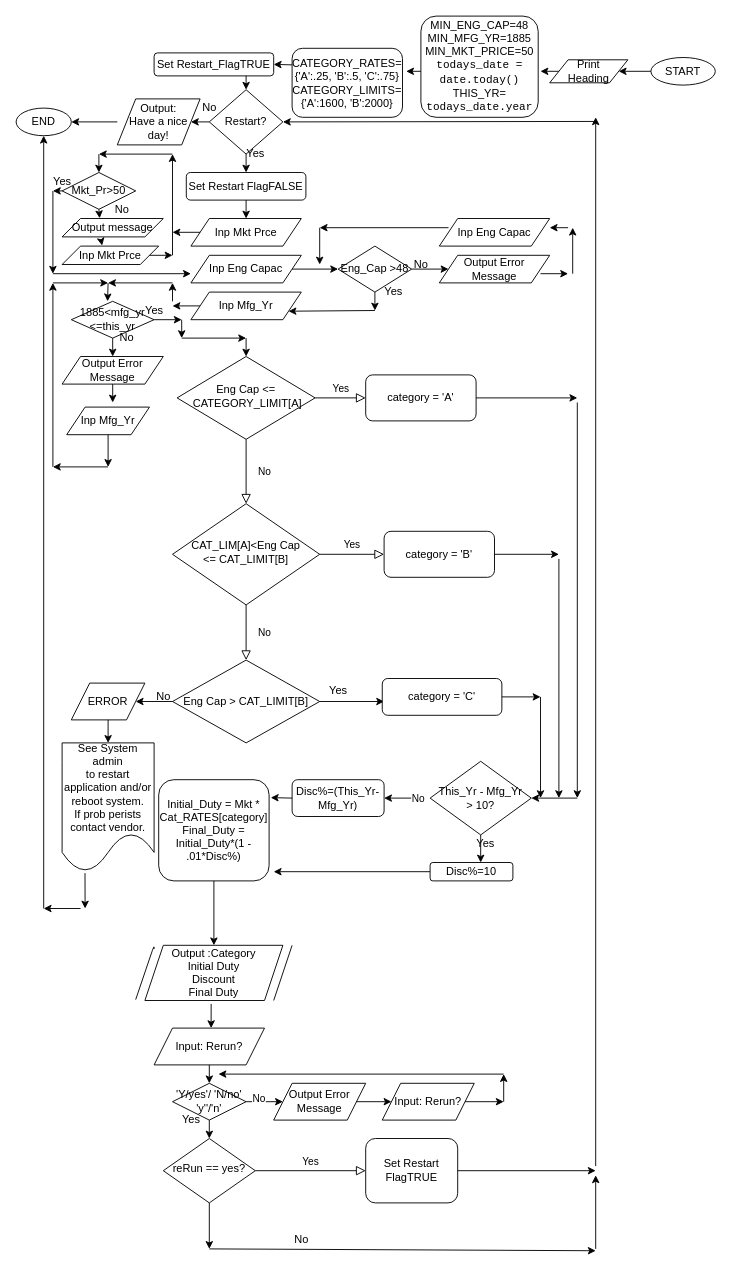
The draw.io diagram Untitled Diagram.drawio in john-itcsolutions/Elastos, before the edit. Source tidied: cells renumbered, new cells numbered last; positions are measured from the earlier drawing's top-left corner, leaving out a move shared by most shapes. Both pictures are drawn from the tidied source at 92%, with x=0, y=0 at pixel (16, 16).
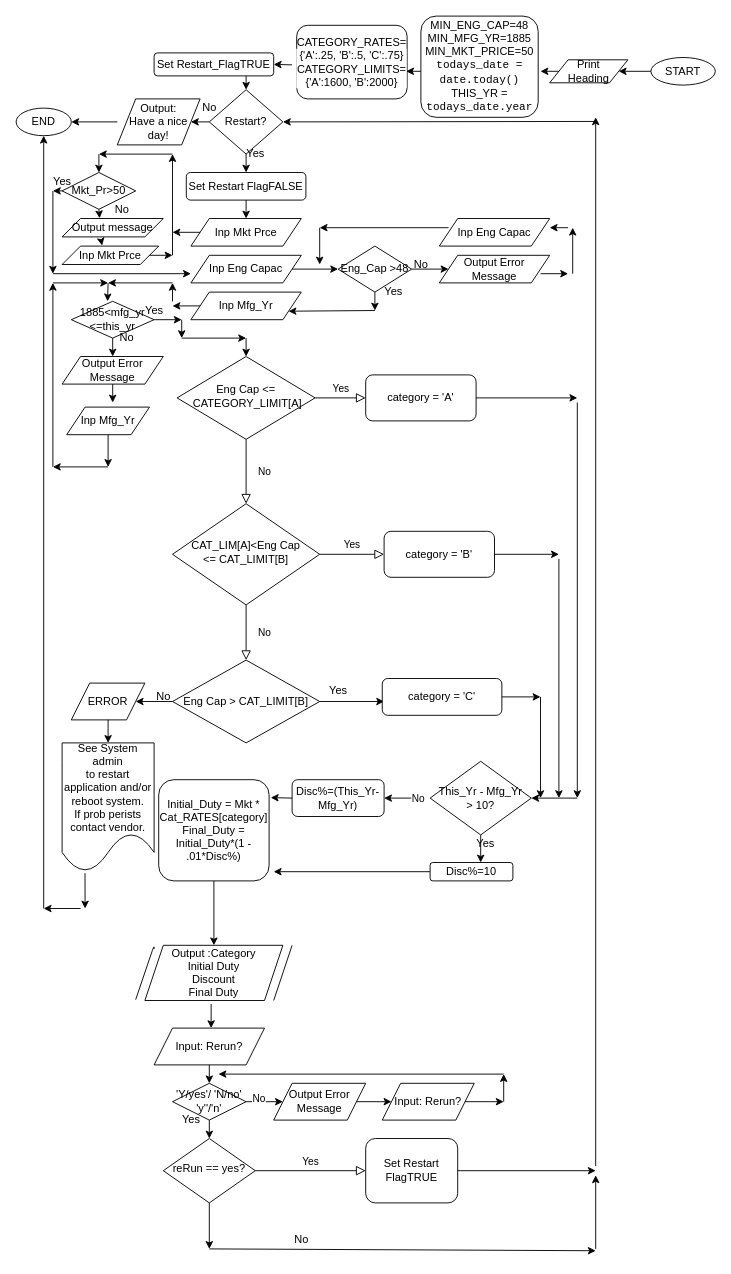
After the change.

The edit, as a diff of the source:
```diff
@@
-    <mxCell id="134" value="&lt;div&gt;CATEGORY_RATES=&lt;/div&gt;&lt;div&gt;{'A':.25, 'B':.5, 'C':.75}&lt;br&gt;&lt;/div&gt;&lt;div&gt;CATEGORY_LIMITS=&lt;/div&gt;&lt;div&gt;{'A':1600, 'B':2000}&lt;br&gt;&lt;/div&gt;" style="rounded=1;whiteSpace=wrap;html=1;" parent="1" vertex="1">
-      <mxGeometry x="300" y="35" width="120" height="75" as="geometry" />
+    <mxCell id="134" value="&lt;span style=&quot;font-size: 9.000000pt ; font-family: &amp;#34;arialmt&amp;#34;&quot;&gt;CATEGORY_RATES=&lt;/span&gt;&lt;br&gt;&lt;div class=&quot;page&quot; title=&quot;Page 1&quot;&gt;&lt;div class=&quot;section&quot; style=&quot;background-color: rgb(100.000000% , 100.000000% , 100.000000%)&quot;&gt;&lt;div class=&quot;layoutArea&quot;&gt;&lt;div class=&quot;column&quot;&gt;&lt;span style=&quot;font-size: 9.000000pt ; font-family: &amp;#34;arialmt&amp;#34;&quot;&gt;&lt;/span&gt;&lt;span style=&quot;font-size: 9.000000pt ; font-family: &amp;#34;arialmt&amp;#34;&quot;&gt;{'A':.25, 'B':.5, 'C':.75}&lt;/span&gt;&lt;/div&gt;&lt;div class=&quot;column&quot;&gt;&lt;span style=&quot;font-size: 9.000000pt ; font-family: &amp;#34;arialmt&amp;#34;&quot;&gt;&lt;/span&gt;CATEGORY_LIMITS={'A':1600, 'B':2000}&lt;br&gt;&lt;/div&gt;&lt;/div&gt;&lt;/div&gt;&lt;/div&gt;" style="rounded=1;whiteSpace=wrap;html=1;" parent="1" vertex="1">
+      <mxGeometry x="305" y="10" width="120" height="80" as="geometry" />
     </mxCell>
@@
-    <mxCell id="136" value="&lt;div&gt;MIN_ENG_CAP=48&lt;/div&gt;&lt;div&gt;MIN_MFG_YR=1885&lt;/div&gt;&lt;div&gt;MIN_MKT_PRICE=50&lt;/div&gt;&lt;div&gt;&lt;div class=&quot;line number5 index4 alt2&quot;&gt;&lt;code class=&quot;plain&quot;&gt;todays_date &lt;/code&gt;&lt;code class=&quot;keyword&quot;&gt;=&lt;/code&gt; &lt;code class=&quot;plain&quot;&gt;date.today() &lt;/code&gt;&lt;/div&gt;&lt;/div&gt;&lt;div&gt;THIS_YR=&lt;code class=&quot;plain&quot;&gt;&lt;br&gt;&lt;/code&gt;&lt;/div&gt;&lt;div&gt;&lt;code class=&quot;plain&quot;&gt;todays_date.year&lt;/code&gt;&lt;/div&gt;" style="rounded=1;whiteSpace=wrap;html=1;" parent="1" vertex="1">
+    <mxCell id="136" value="&lt;div&gt;MIN_ENG_CAP=48&lt;/div&gt;&lt;div&gt;MIN_MFG_YR=1885&lt;/div&gt;&lt;div&gt;MIN_MKT_PRICE=50&lt;/div&gt;&lt;div&gt;&lt;div class=&quot;line number5 index4 alt2&quot;&gt;&lt;code class=&quot;plain&quot;&gt;todays_date &lt;/code&gt;&lt;code class=&quot;keyword&quot;&gt;=&lt;/code&gt; &lt;code class=&quot;plain&quot;&gt;date.today() &lt;/code&gt;&lt;/div&gt;&lt;/div&gt;&lt;div&gt;THIS_YR =&lt;code class=&quot;plain&quot;&gt;&lt;br&gt;&lt;/code&gt;&lt;/div&gt;&lt;div&gt;&lt;code class=&quot;plain&quot;&gt;todays_date.year&lt;/code&gt;&lt;/div&gt;" style="rounded=1;whiteSpace=wrap;html=1;" parent="1" vertex="1">
       <mxGeometry x="440" width="127.5" height="110" as="geometry" />
     </mxCell>
```
